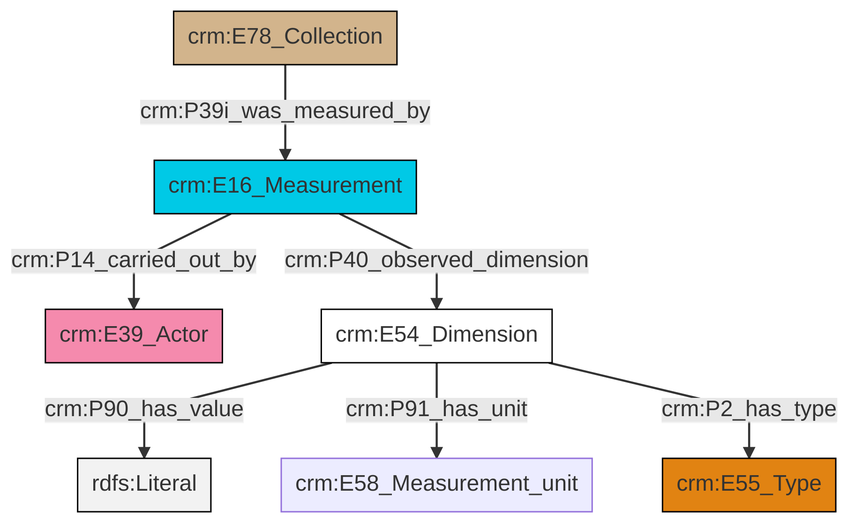
swiss-art-research-net/docs.swissartresearch keeps this Mermaid diagram as et/archivalCSV/ttl/mmd/png/archival_substance.png. Above is the earlier version. Its source is kept beside it as et/archivalCSV/ttl/mmd/archival_substance.ttl.mmd.
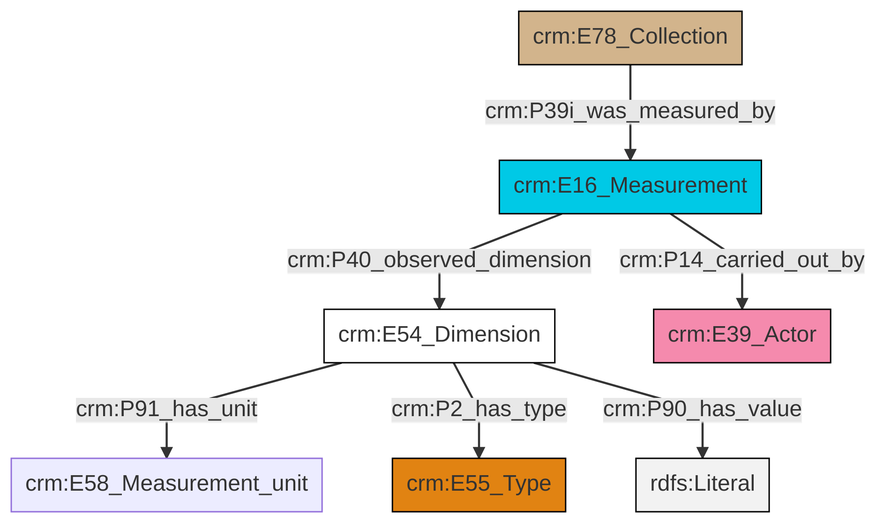
After the commit.

Diff of the diagram source:
```diff
@@ -13,9 +13,9 @@
 classDef PC_Classes fill:#4ce600, stroke:#000000;
 classDef Multi fill:#cccccc,stroke:#000000;
 
-2["crm:E54_Dimension"]:::CRM_Entity -->|crm:P90_has_value| 3[rdfs:Literal]:::Literal
-2["crm:E54_Dimension"]:::CRM_Entity -->|crm:P91_has_unit| 8["crm:E58_Measurement_unit"]:::Default
-9["crm:E16_Measurement"]:::Temporal_Entity -->|crm:P40_observed_dimension| 2["crm:E54_Dimension"]:::CRM_Entity
-4["crm:E78_Collection"]:::Physical_Thing -->|crm:P39i_was_measured_by| 9["crm:E16_Measurement"]:::Temporal_Entity
+0["crm:E78_Collection"]:::Physical_Thing -->|crm:P39i_was_measured_by| 1["crm:E16_Measurement"]:::Temporal_Entity
+2["crm:E54_Dimension"]:::CRM_Entity -->|crm:P91_has_unit| 3["crm:E58_Measurement_unit"]:::Default
+1["crm:E16_Measurement"]:::Temporal_Entity -->|crm:P14_carried_out_by| 5["crm:E39_Actor"]:::Actor
 2["crm:E54_Dimension"]:::CRM_Entity -->|crm:P2_has_type| 6["crm:E55_Type"]:::Type
-9["crm:E16_Measurement"]:::Temporal_Entity -->|crm:P14_carried_out_by| 0["crm:E39_Actor"]:::Actor
+2["crm:E54_Dimension"]:::CRM_Entity -->|crm:P90_has_value| 7[rdfs:Literal]:::Literal
+1["crm:E16_Measurement"]:::Temporal_Entity -->|crm:P40_observed_dimension| 2["crm:E54_Dimension"]:::CRM_Entity
```
